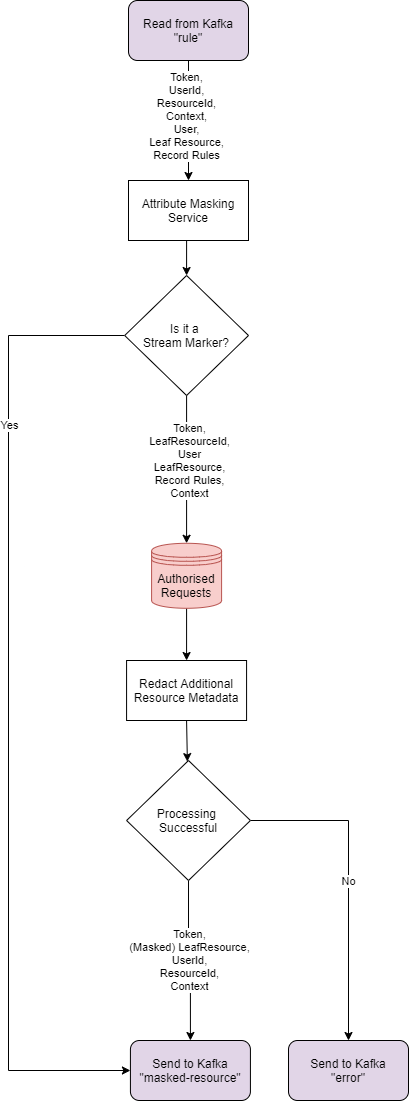
Above: attribute-masking-service/doc/attribute-masking-service.png in gchq/Palisade-services (draw.io), before the change. Source tidied: cells renumbered, new cells last; positions are measured from the earlier drawing's top-left corner, leaving out a move shared by most shapes.
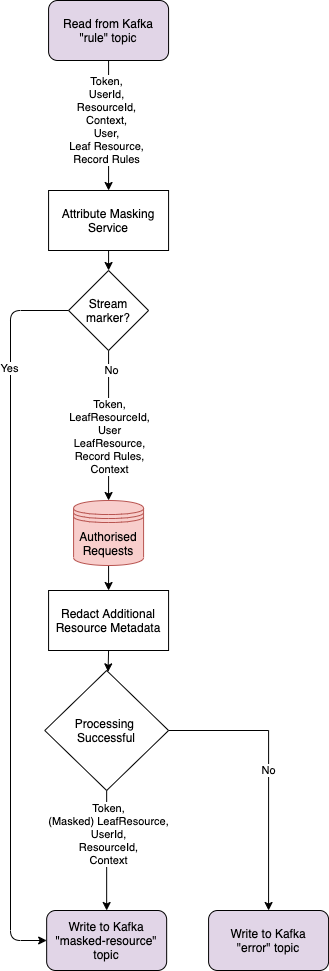
The same file after the commit.

The edit, as a diff of the source:
```diff
@@ -2,11 +2,8 @@
   <root>
     <mxCell id="0" />
     <mxCell id="1" parent="0" />
-    <mxCell id="2" style="edgeStyle=orthogonalEdgeStyle;rounded=0;jettySize=auto;html=1;exitX=0.5;exitY=1;exitDx=0;exitDy=0;entryX=0.5;entryY=0;entryDx=0;entryDy=0;" parent="1" edge="1" source="3" target="11">
-      <mxGeometry relative="1" as="geometry" />
-    </mxCell>
     <mxCell id="3" value="Attribute Masking Service" style="rounded=0;whiteSpace=wrap;html=1;" parent="1" vertex="1">
-      <mxGeometry x="120" y="180" width="120" height="60" as="geometry" />
+      <mxGeometry x="118.1" y="250" width="120" height="60" as="geometry" />
     </mxCell>
     <mxCell id="4" style="edgeStyle=orthogonalEdgeStyle;rounded=0;jettySize=auto;html=1;exitX=0.5;exitY=1;exitDx=0;exitDy=0;entryX=0.5;entryY=0;entryDx=0;entryDy=0;" parent="1" edge="1" source="6" target="3">
       <mxGeometry relative="1" as="geometry" />
@@ -16,59 +13,65 @@
         <mxPoint y="9" as="offset" />
       </mxGeometry>
     </mxCell>
-    <mxCell id="6" value="&lt;div&gt;Read from Kafka&lt;/div&gt;&lt;div&gt;&quot;rule&quot;&lt;br&gt;&lt;/div&gt;" style="rounded=1;whiteSpace=wrap;html=1;fillColor=#E1D5E7;" parent="1" vertex="1">
-      <mxGeometry x="120" width="120" height="60" as="geometry" />
+    <mxCell id="6" value="&lt;div&gt;Read from Kafka&lt;/div&gt;&lt;div&gt;&quot;rule&quot; topic&lt;br&gt;&lt;/div&gt;" style="rounded=1;whiteSpace=wrap;html=1;fillColor=#E1D5E7;" parent="1" vertex="1">
+      <mxGeometry x="118.1" y="60" width="120" height="60" as="geometry" />
     </mxCell>
-    <mxCell id="7" style="edgeStyle=orthogonalEdgeStyle;rounded=0;jettySize=auto;html=1;exitX=0;exitY=0.5;exitDx=0;exitDy=0;entryX=0;entryY=0.5;entryDx=0;entryDy=0;" parent="1" edge="1" source="11" target="12">
-      <mxGeometry relative="1" as="geometry">
-        <Array as="points">
-          <mxPoint y="335" />
-          <mxPoint y="1070" />
-        </Array>
-      </mxGeometry>
-    </mxCell>
-    <mxCell id="8" value="Yes" style="edgeLabel;html=1;align=center;verticalAlign=middle;" parent="7" vertex="1">
-      <mxGeometry x="-0.73" y="73" relative="1" as="geometry">
-        <mxPoint x="-73" y="73" as="offset" />
-      </mxGeometry>
-    </mxCell>
-    <mxCell id="9" style="edgeStyle=orthogonalEdgeStyle;rounded=0;jettySize=auto;html=1;exitX=0.5;exitY=1;exitDx=0;exitDy=0;entryX=0.5;entryY=0;entryDx=0;entryDy=0;" parent="1" edge="1" source="11" target="15">
+    <mxCell id="9" style="edgeStyle=orthogonalEdgeStyle;rounded=0;jettySize=auto;html=1;exitX=0.5;exitY=1;exitDx=0;exitDy=0;entryX=0.5;entryY=0;entryDx=0;entryDy=0;" parent="1" edge="1" source="22" target="15">
       <mxGeometry relative="1" as="geometry" />
     </mxCell>
     <mxCell id="10" value="Token,&lt;br&gt;LeafResourceId,&lt;br&gt;User&lt;br&gt;LeafResource,&lt;br&gt;Record Rules,&lt;br&gt;Context" style="edgeLabel;html=1;align=center;verticalAlign=middle;" parent="9" vertex="1">
-      <mxGeometry x="-0.26" y="1" relative="1" as="geometry">
-        <mxPoint x="1" y="10" as="offset" />
+      <mxGeometry x="-0.38" y="-1" relative="1" as="geometry">
+        <mxPoint x="1" y="39" as="offset" />
       </mxGeometry>
     </mxCell>
-    <mxCell id="11" value="Is it a &lt;br&gt;Stream Marker?" style="rhombus;whiteSpace=wrap;html=1;" parent="1" vertex="1">
-      <mxGeometry x="116.2" y="275" width="123.8" height="120" as="geometry" />
-    </mxCell>
+    <mxCell id="21" value="No" style="edgeLabel;html=1;align=center;verticalAlign=middle;" parent="9" vertex="1">
+      <mxGeometry x="-0.75" y="2" relative="1" as="geometry" />
+    </mxCell>
-    <mxCell id="12" value="&lt;div&gt;Send to Kafka&lt;/div&gt;&lt;div&gt;&quot;masked-resource&quot;&lt;br&gt;&lt;/div&gt;" style="rounded=1;whiteSpace=wrap;html=1;fillColor=#E1D5E7;" parent="1" vertex="1">
-      <mxGeometry x="121.9" y="1040" width="120" height="60" as="geometry" />
+    <mxCell id="12" value="&lt;div&gt;Write to Kafka&lt;/div&gt;&lt;div&gt;&quot;masked-resource&quot; topic&lt;br&gt;&lt;/div&gt;" style="rounded=1;whiteSpace=wrap;html=1;fillColor=#E1D5E7;" parent="1" vertex="1">
+      <mxGeometry x="116.2" y="970" width="120" height="60" as="geometry" />
     </mxCell>
     <mxCell id="13" value="Redact Additional Resource Metadata" style="rounded=0;whiteSpace=wrap;html=1;" parent="1" vertex="1">
-      <mxGeometry x="118.1" y="660" width="120" height="60" as="geometry" />
+      <mxGeometry x="118.1" y="650" width="120" height="60" as="geometry" />
     </mxCell>
     <mxCell id="14" style="edgeStyle=orthogonalEdgeStyle;rounded=0;jettySize=auto;html=1;exitX=0.5;exitY=1;exitDx=0;exitDy=0;entryX=0.5;entryY=0;entryDx=0;entryDy=0;" parent="1" edge="1" source="15" target="13">
       <mxGeometry relative="1" as="geometry" />
     </mxCell>
     <mxCell id="15" value="Authorised Requests" style="shape=datastore;whiteSpace=wrap;html=1;fillColor=#f8cecc;strokeColor=#b85450;" parent="1" vertex="1">
-      <mxGeometry x="143.1" y="542.8" width="70" height="65" as="geometry" />
+      <mxGeometry x="143.1" y="560" width="70" height="65" as="geometry" />
     </mxCell>
     <mxCell id="16" value="No" style="edgeStyle=orthogonalEdgeStyle;rounded=0;jettySize=auto;html=1;exitX=1;exitY=0.5;exitDx=0;exitDy=0;entryX=0.5;entryY=0;entryDx=0;entryDy=0;" parent="1" edge="1" source="18" target="19">
       <mxGeometry relative="1" as="geometry" />
     </mxCell>
     <mxCell id="17" value="&lt;span style=&quot;color: rgb(0 , 0 , 0) ; font-family: &amp;#34;helvetica&amp;#34; ; font-size: 11px ; font-style: normal ; font-weight: 400 ; letter-spacing: normal ; text-align: center ; text-indent: 0px ; text-transform: none ; word-spacing: 0px ; background-color: rgb(255 , 255 , 255) ; display: inline ; float: none&quot;&gt;Token,&lt;/span&gt;&lt;br style=&quot;color: rgb(0 , 0 , 0) ; font-family: &amp;#34;helvetica&amp;#34; ; font-size: 11px ; font-style: normal ; font-weight: 400 ; letter-spacing: normal ; text-align: center ; text-indent: 0px ; text-transform: none ; word-spacing: 0px&quot;&gt;&lt;span style=&quot;color: rgb(0 , 0 , 0) ; font-family: &amp;#34;helvetica&amp;#34; ; font-size: 11px ; font-style: normal ; font-weight: 400 ; letter-spacing: normal ; text-align: center ; text-indent: 0px ; text-transform: none ; word-spacing: 0px ; background-color: rgb(255 , 255 , 255) ; display: inline ; float: none&quot;&gt;(Masked) LeafResource,&lt;/span&gt;&lt;br style=&quot;color: rgb(0 , 0 , 0) ; font-family: &amp;#34;helvetica&amp;#34; ; font-size: 11px ; font-style: normal ; font-weight: 400 ; letter-spacing: normal ; text-align: center ; text-indent: 0px ; text-transform: none ; word-spacing: 0px&quot;&gt;&lt;span style=&quot;color: rgb(0 , 0 , 0) ; font-family: &amp;#34;helvetica&amp;#34; ; font-size: 11px ; font-style: normal ; font-weight: 400 ; letter-spacing: normal ; text-align: center ; text-indent: 0px ; text-transform: none ; word-spacing: 0px ; background-color: rgb(255 , 255 , 255) ; display: inline ; float: none&quot;&gt;UserId,&lt;/span&gt;&lt;br style=&quot;color: rgb(0 , 0 , 0) ; font-family: &amp;#34;helvetica&amp;#34; ; font-size: 11px ; font-style: normal ; font-weight: 400 ; letter-spacing: normal ; text-align: center ; text-indent: 0px ; text-transform: none ; word-spacing: 0px&quot;&gt;&lt;span style=&quot;color: rgb(0 , 0 , 0) ; font-family: &amp;#34;helvetica&amp;#34; ; font-size: 11px ; font-style: normal ; font-weight: 400 ; letter-spacing: normal ; text-align: center ; text-indent: 0px ; text-transform: none ; word-spacing: 0px ; background-color: rgb(255 , 255 , 255) ; display: inline ; float: none&quot;&gt;ResourceId,&lt;/span&gt;&lt;br style=&quot;color: rgb(0 , 0 , 0) ; font-family: &amp;#34;helvetica&amp;#34; ; font-size: 11px ; font-style: normal ; font-weight: 400 ; letter-spacing: normal ; text-align: center ; text-indent: 0px ; text-transform: none ; word-spacing: 0px&quot;&gt;&lt;span style=&quot;color: rgb(0 , 0 , 0) ; font-family: &amp;#34;helvetica&amp;#34; ; font-size: 11px ; font-style: normal ; font-weight: 400 ; letter-spacing: normal ; text-align: center ; text-indent: 0px ; text-transform: none ; word-spacing: 0px ; background-color: rgb(255 , 255 , 255) ; display: inline ; float: none&quot;&gt;Context&lt;/span&gt;" style="edgeStyle=orthogonalEdgeStyle;rounded=0;jettySize=auto;html=1;exitX=0.5;exitY=1;exitDx=0;exitDy=0;entryX=0.5;entryY=0;entryDx=0;entryDy=0;" parent="1" edge="1" source="18" target="12">
-      <mxGeometry relative="1" as="geometry" />
+      <mxGeometry x="-0.26" y="2" relative="1" as="geometry" />
     </mxCell>
     <mxCell id="18" value="Processing &lt;br&gt;Successful" style="rhombus;whiteSpace=wrap;html=1;" parent="1" vertex="1">
-      <mxGeometry x="118.1" y="760" width="123.8" height="120" as="geometry" />
+      <mxGeometry x="114.2" y="730" width="123.8" height="120" as="geometry" />
     </mxCell>
-    <mxCell id="19" value="&lt;div&gt;Send to Kafka&lt;/div&gt;&lt;div&gt;&quot;error&quot;&lt;br&gt;&lt;/div&gt;" style="rounded=1;whiteSpace=wrap;html=1;fillColor=#E1D5E7;" parent="1" vertex="1">
-      <mxGeometry x="280" y="1040" width="120" height="60" as="geometry" />
+    <mxCell id="19" value="&lt;div&gt;Write to Kafka&lt;/div&gt;&lt;div&gt;&quot;error&quot; topic&lt;br&gt;&lt;/div&gt;" style="rounded=1;whiteSpace=wrap;html=1;fillColor=#E1D5E7;" parent="1" vertex="1">
+      <mxGeometry x="278.1" y="970" width="120" height="60" as="geometry" />
     </mxCell>
     <mxCell id="20" style="endArrow=classic;html=1;exitX=0.5;exitY=1;exitDx=0;exitDy=0;" parent="1" edge="1" source="13" target="18">
       <mxGeometry relative="1" as="geometry" />
     </mxCell>
+    <mxCell id="22" value="Stream marker?" style="rhombus;whiteSpace=wrap;html=1;" parent="1" vertex="1">
+      <mxGeometry x="138.1" y="330" width="80" height="80" as="geometry" />
+    </mxCell>
+    <mxCell id="23" style="endArrow=classic;html=1;exitX=0.5;exitY=1;exitDx=0;exitDy=0;entryX=0.5;entryY=0;entryDx=0;entryDy=0;" parent="1" edge="1" source="3" target="22">
+      <mxGeometry relative="1" as="geometry" />
+    </mxCell>
+    <mxCell id="24" style="endArrow=classic;html=1;exitX=0;exitY=0.5;exitDx=0;exitDy=0;entryX=0;entryY=0.5;entryDx=0;entryDy=0;" parent="1" edge="1" source="22" target="12">
+      <mxGeometry relative="1" as="geometry">
+        <Array as="points">
+          <mxPoint x="80" y="370" />
+          <mxPoint x="80" y="1000" />
+        </Array>
+      </mxGeometry>
+    </mxCell>
+    <mxCell id="8" value="Yes" style="edgeLabel;html=1;align=center;verticalAlign=middle;" parent="24" vertex="1">
+      <mxGeometry x="-0.69" y="-2" relative="1" as="geometry">
+        <mxPoint y="5" as="offset" />
+      </mxGeometry>
+    </mxCell>
   </root>
 </mxGraphModel>
```
